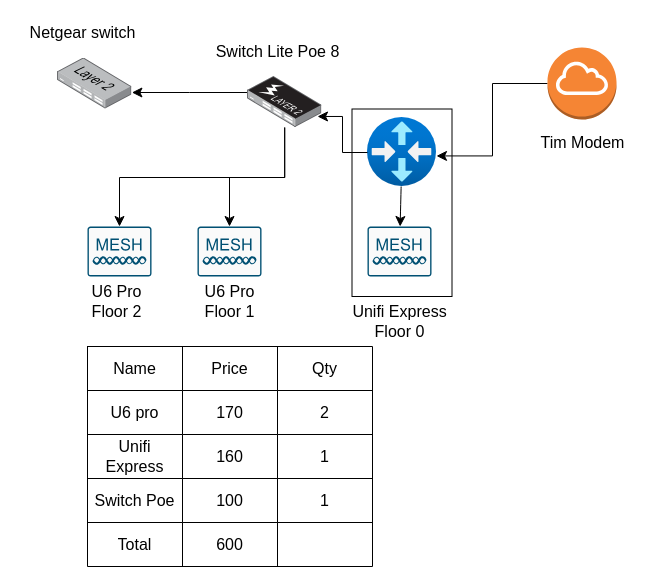
Above: Network.drawio in Alfagov/Alfagov (draw.io), before the change. Source tidied: cells renumbered, new cells numbered last; positions are measured from the earlier drawing's top-left corner, leaving out a move shared by most shapes. Both pictures are drawn from the tidied source at 100%, with x=0, y=0 at pixel (17, 17).
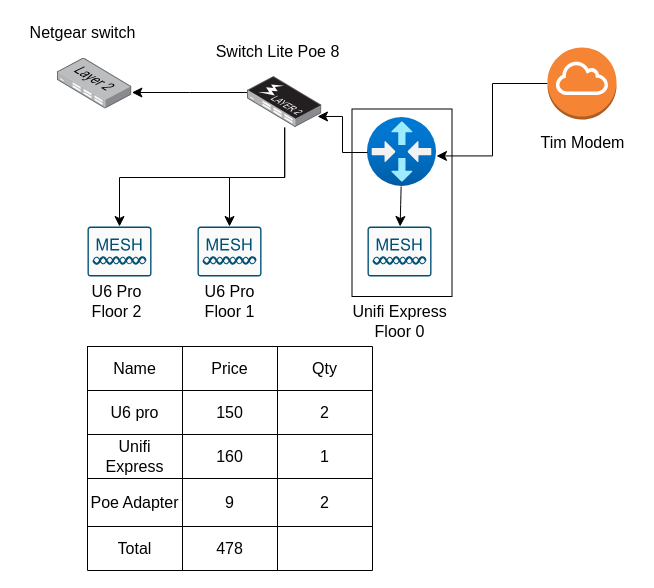
After the change.

Unchanged cells that the change refers to:
```xml
<mxCell id="27" style="shape=tableRow;horizontal=0;startSize=0;swimlaneHead=0;swimlaneBody=0;strokeColor=inherit;top=0;left=0;bottom=0;right=0;fillColor=none;fontSize=16;" parent="22" vertex="1">
  <mxGeometry y="44" width="285" height="44" as="geometry" />
</mxCell>
```

What changed in the source:
```diff
@@
     <mxCell id="22" style="shape=table;startSize=0;childLayout=tableLayout;fontSize=16;" parent="1" vertex="1">
-      <mxGeometry x="70" y="329" width="285" height="220" as="geometry" />
+      <mxGeometry x="70" y="329" width="285" height="224" as="geometry" />
     </mxCell>
@@
-    <mxCell id="29" value="170" style="shape=partialRectangle;html=1;whiteSpace=wrap;strokeColor=inherit;overflow=hidden;fillColor=none;top=0;left=0;bottom=0;right=0;fontSize=16;" parent="27" vertex="1">
+    <mxCell id="29" value="150" style="shape=partialRectangle;html=1;whiteSpace=wrap;strokeColor=inherit;overflow=hidden;fillColor=none;top=0;left=0;bottom=0;right=0;fontSize=16;" parent="27" vertex="1">
       <mxGeometry x="95" width="95" height="44" as="geometry" />
     </mxCell>
@@
     <mxCell id="35" style="shape=tableRow;horizontal=0;startSize=0;swimlaneHead=0;swimlaneBody=0;strokeColor=inherit;top=0;left=0;bottom=0;right=0;fillColor=none;fontSize=16;" parent="22" vertex="1">
-      <mxGeometry y="132" width="285" height="44" as="geometry" />
+      <mxGeometry y="132" width="285" height="48" as="geometry" />
     </mxCell>
-    <mxCell id="36" value="Switch Poe" style="shape=partialRectangle;html=1;whiteSpace=wrap;strokeColor=inherit;overflow=hidden;fillColor=none;top=0;left=0;bottom=0;right=0;fontSize=16;" parent="35" vertex="1">
-      <mxGeometry width="95" height="44" as="geometry" />
+    <mxCell id="36" value="Poe Adapter" style="shape=partialRectangle;html=1;whiteSpace=wrap;strokeColor=inherit;overflow=hidden;fillColor=none;top=0;left=0;bottom=0;right=0;fontSize=16;" parent="35" vertex="1">
+      <mxGeometry width="95" height="48" as="geometry" />
     </mxCell>
-    <mxCell id="37" value="100" style="shape=partialRectangle;html=1;whiteSpace=wrap;strokeColor=inherit;overflow=hidden;fillColor=none;top=0;left=0;bottom=0;right=0;fontSize=16;" parent="35" vertex="1">
-      <mxGeometry x="95" width="95" height="44" as="geometry" />
+    <mxCell id="37" value="9" style="shape=partialRectangle;html=1;whiteSpace=wrap;strokeColor=inherit;overflow=hidden;fillColor=none;top=0;left=0;bottom=0;right=0;fontSize=16;" parent="35" vertex="1">
+      <mxGeometry x="95" width="95" height="48" as="geometry" />
     </mxCell>
-    <mxCell id="38" value="1" style="shape=partialRectangle;html=1;whiteSpace=wrap;strokeColor=inherit;overflow=hidden;fillColor=none;top=0;left=0;bottom=0;right=0;fontSize=16;" parent="35" vertex="1">
-      <mxGeometry x="190" width="95" height="44" as="geometry" />
+    <mxCell id="38" value="2" style="shape=partialRectangle;html=1;whiteSpace=wrap;strokeColor=inherit;overflow=hidden;fillColor=none;top=0;left=0;bottom=0;right=0;fontSize=16;" parent="35" vertex="1">
+      <mxGeometry x="190" width="95" height="48" as="geometry" />
     </mxCell>
     <mxCell id="39" style="shape=tableRow;horizontal=0;startSize=0;swimlaneHead=0;swimlaneBody=0;strokeColor=inherit;top=0;left=0;bottom=0;right=0;fillColor=none;fontSize=16;" parent="22" vertex="1">
-      <mxGeometry y="176" width="285" height="44" as="geometry" />
+      <mxGeometry y="180" width="285" height="44" as="geometry" />
     </mxCell>
@@
-    <mxCell id="41" value="600" style="shape=partialRectangle;html=1;whiteSpace=wrap;strokeColor=inherit;overflow=hidden;fillColor=none;top=0;left=0;bottom=0;right=0;fontSize=16;" parent="39" vertex="1">
+    <mxCell id="41" value="478" style="shape=partialRectangle;html=1;whiteSpace=wrap;strokeColor=inherit;overflow=hidden;fillColor=none;top=0;left=0;bottom=0;right=0;fontSize=16;" parent="39" vertex="1">
       <mxGeometry x="95" width="95" height="44" as="geometry" />
     </mxCell>
```
